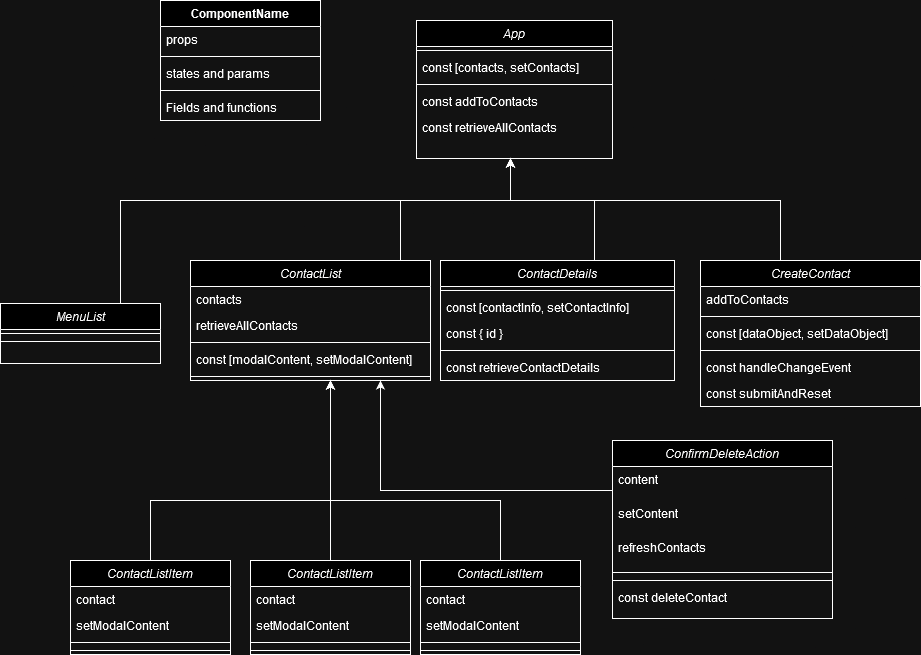
Above: component_tree_dark.png in boolean-uk/react-address-book-part-1 (draw.io), before the change. Source tidied: cells renumbered, new cells last; positions are measured from the earlier drawing's top-left corner, leaving out a move shared by most shapes.
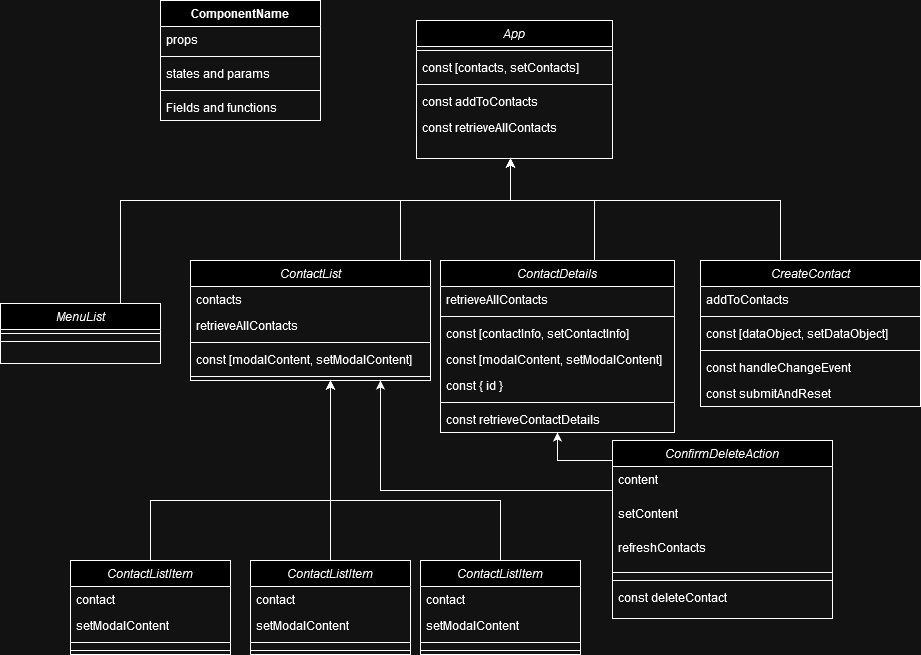
The same file after the commit.

What changed in the source:
```diff
@@ -72,22 +72,28 @@
       </mxGeometry>
     </mxCell>
     <mxCell id="20" value="ContactDetails" style="swimlane;fontStyle=2;align=center;verticalAlign=top;horizontal=1;startSize=26;rounded=0;shadow=0;strokeWidth=1;" parent="1" vertex="1">
-      <mxGeometry x="440" y="260" width="234" height="120" as="geometry" />
+      <mxGeometry x="440" y="260" width="234" height="172" as="geometry" />
     </mxCell>
+    <mxCell id="66" value="retrieveAllContacts" style="text;strokeColor=none;fillColor=none;align=left;verticalAlign=top;spacingLeft=4;spacingRight=4;overflow=hidden;whiteSpace=wrap;html=1;" parent="20" vertex="1">
+      <mxGeometry y="26" width="234" height="26" as="geometry" />
+    </mxCell>
     <mxCell id="21" style="line;strokeWidth=1;fillColor=none;align=left;verticalAlign=middle;spacingTop=-1;spacingLeft=3;spacingRight=3;labelPosition=right;strokeColor=inherit;" parent="20" vertex="1">
-      <mxGeometry y="26" width="234" height="8" as="geometry" />
+      <mxGeometry y="52" width="234" height="8" as="geometry" />
     </mxCell>
     <mxCell id="22" value="const [contactInfo, setContactInfo]" style="text;strokeColor=none;fillColor=none;align=left;verticalAlign=top;spacingLeft=4;spacingRight=4;overflow=hidden;whiteSpace=wrap;html=1;" parent="20" vertex="1">
-      <mxGeometry y="34" width="234" height="26" as="geometry" />
+      <mxGeometry y="60" width="234" height="26" as="geometry" />
     </mxCell>
+    <mxCell id="67" value="const [modalContent, setModalContent]" style="text;strokeColor=none;fillColor=none;align=left;verticalAlign=top;spacingLeft=4;spacingRight=4;overflow=hidden;whiteSpace=wrap;html=1;" parent="20" vertex="1">
+      <mxGeometry y="86" width="234" height="26" as="geometry" />
+    </mxCell>
     <mxCell id="23" value="const { id }" style="text;strokeColor=none;fillColor=none;align=left;verticalAlign=top;spacingLeft=4;spacingRight=4;overflow=hidden;whiteSpace=wrap;html=1;" parent="20" vertex="1">
-      <mxGeometry y="60" width="234" height="26" as="geometry" />
+      <mxGeometry y="112" width="234" height="26" as="geometry" />
     </mxCell>
     <mxCell id="24" style="line;html=1;strokeWidth=1;align=left;verticalAlign=middle;spacingTop=-1;spacingLeft=3;spacingRight=3;labelPosition=right;" parent="20" vertex="1">
-      <mxGeometry y="86" width="234" height="8" as="geometry" />
+      <mxGeometry y="138" width="234" height="8" as="geometry" />
     </mxCell>
     <mxCell id="25" value="const retrieveContactDetails" style="text;strokeColor=none;fillColor=none;align=left;verticalAlign=top;spacingLeft=4;spacingRight=4;overflow=hidden;whiteSpace=wrap;html=1;" parent="20" vertex="1">
-      <mxGeometry y="94" width="234" height="26" as="geometry" />
+      <mxGeometry y="146" width="234" height="26" as="geometry" />
     </mxCell>
     <mxCell id="26" style="edgeStyle=orthogonalEdgeStyle;rounded=0;jettySize=auto;html=1;" parent="1" edge="1" source="27" target="2">
       <mxGeometry relative="1" as="geometry">
@@ -213,6 +219,13 @@
         </Array>
       </mxGeometry>
     </mxCell>
+    <mxCell id="68" style="edgeStyle=orthogonalEdgeStyle;rounded=0;jettySize=auto;html=1;" parent="1" edge="1" source="59" target="20">
+      <mxGeometry relative="1" as="geometry">
+        <Array as="points">
+          <mxPoint x="557" y="460" />
+        </Array>
+      </mxGeometry>
+    </mxCell>
     <mxCell id="59" value="ConfirmDeleteAction" style="swimlane;fontStyle=2;align=center;verticalAlign=top;horizontal=1;startSize=26;rounded=0;shadow=0;strokeWidth=1;" parent="1" vertex="1">
       <mxGeometry x="612" y="440" width="220" height="178" as="geometry" />
     </mxCell>
```
